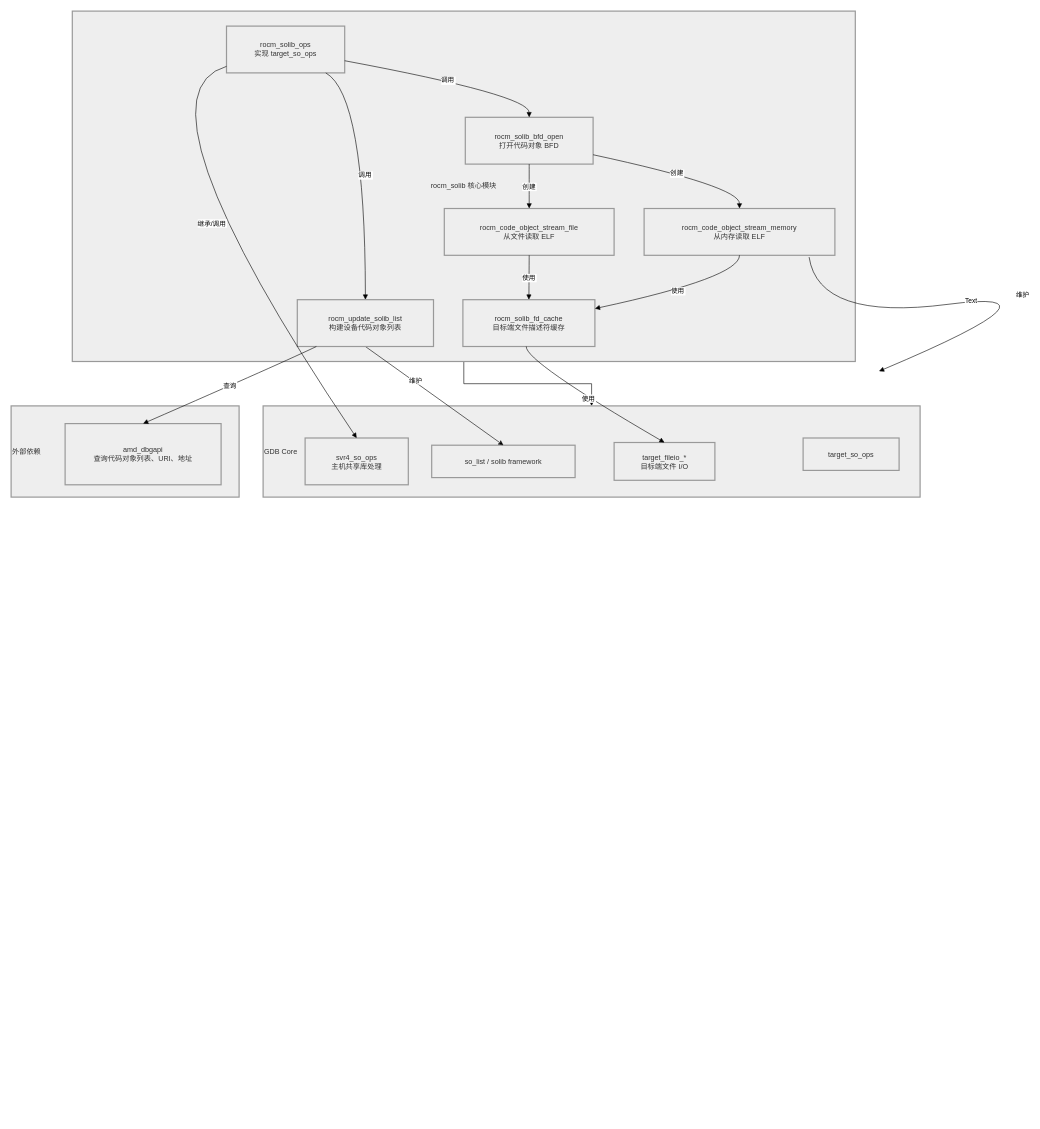
Earlier version of the draw.io diagram solib-rocm.drawio (HanxuLiu/drawio-files). Source tidied: cells renumbered, new cells numbered last; positions are measured from the earlier drawing's top-left corner, leaving out a move shared by most shapes. Both pictures are drawn from the tidied source at 60%, with x=0, y=0 at pixel (11, 11).
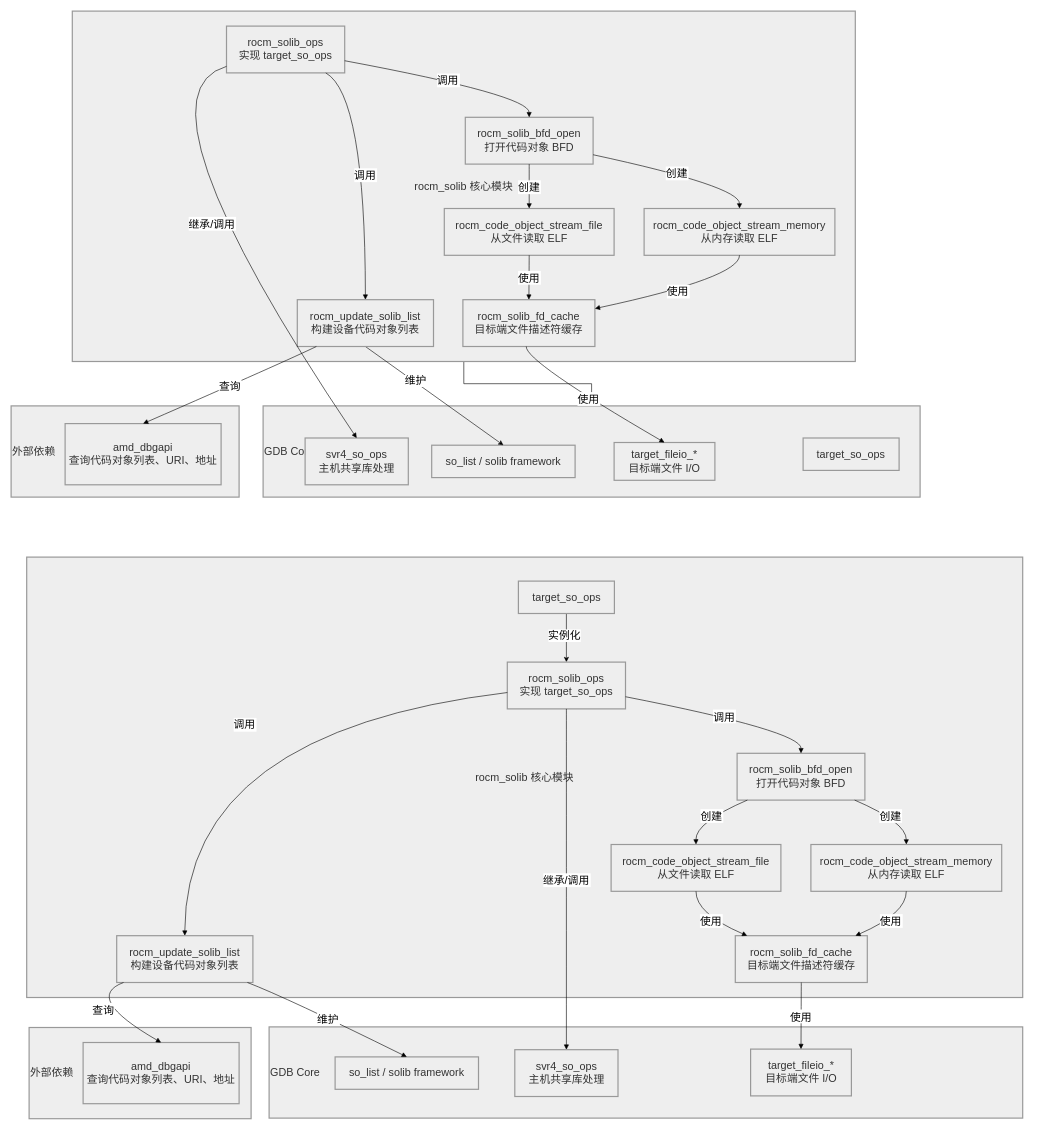
Above is the later version.

Change to the diagram source:
```diff
@@
-    <mxCell id="2" value="外部依赖" style="whiteSpace=wrap;strokeWidth=2;fillColor=light-dark(#eeeeee,#1f2020);strokeColor=light-dark(#999999,#cccccc);fontColor=light-dark(#333333,#cccccc);align=left;" parent="1" vertex="1">
+    <mxCell id="2" value="外部依赖" style="whiteSpace=wrap;strokeWidth=2;fillColor=light-dark(#eeeeee,#1f2020);strokeColor=light-dark(#999999,#cccccc);fontColor=light-dark(#333333,#cccccc);align=left;fontSize=18;" parent="1" vertex="1">
       <mxGeometry y="658" width="380" height="152" as="geometry" />
     </mxCell>
-    <mxCell id="3" style="edgeStyle=orthogonalEdgeStyle;rounded=0;jettySize=auto;html=1;" parent="1" edge="1" source="4" target="5">
+    <mxCell id="3" style="edgeStyle=orthogonalEdgeStyle;rounded=0;jettySize=auto;html=1;fontSize=18;" parent="1" edge="1" source="4" target="5">
       <mxGeometry relative="1" as="geometry" />
     </mxCell>
-    <mxCell id="4" value="rocm_solib 核心模块" style="whiteSpace=wrap;strokeWidth=2;fillColor=light-dark(#eeeeee,#1f2020);strokeColor=light-dark(#999999,#cccccc);fontColor=light-dark(#333333,#cccccc);" parent="1" vertex="1">
+    <mxCell id="4" value="rocm_solib 核心模块" style="whiteSpace=wrap;strokeWidth=2;fillColor=light-dark(#eeeeee,#1f2020);strokeColor=light-dark(#999999,#cccccc);fontColor=light-dark(#333333,#cccccc);fontSize=18;" parent="1" vertex="1">
       <mxGeometry x="102" width="1305" height="584" as="geometry" />
     </mxCell>
-    <mxCell id="5" value="GDB Core" style="whiteSpace=wrap;strokeWidth=2;fillColor=light-dark(#eeeeee,#1f2020);strokeColor=light-dark(#999999,#cccccc);fontColor=light-dark(#333333,#cccccc);align=left;" parent="1" vertex="1">
+    <mxCell id="5" value="GDB Core" style="whiteSpace=wrap;strokeWidth=2;fillColor=light-dark(#eeeeee,#1f2020);strokeColor=light-dark(#999999,#cccccc);fontColor=light-dark(#333333,#cccccc);align=left;fontSize=18;" parent="1" vertex="1">
       <mxGeometry x="420" y="658" width="1095" height="152" as="geometry" />
     </mxCell>
-    <mxCell id="6" value="so_list / solib framework" style="whiteSpace=wrap;strokeWidth=2;fillColor=light-dark(#eeeeee,#1f2020);strokeColor=light-dark(#999999,#cccccc);fontColor=light-dark(#333333,#cccccc);" parent="1" vertex="1">
+    <mxCell id="6" value="so_list / solib framework" style="whiteSpace=wrap;strokeWidth=2;fillColor=light-dark(#eeeeee,#1f2020);strokeColor=light-dark(#999999,#cccccc);fontColor=light-dark(#333333,#cccccc);fontSize=18;" parent="1" vertex="1">
       <mxGeometry x="701" y="723.5" width="239" height="54" as="geometry" />
     </mxCell>
-    <mxCell id="7" value="target_so_ops" style="whiteSpace=wrap;strokeWidth=2;fillColor=light-dark(#eeeeee,#1f2020);strokeColor=light-dark(#999999,#cccccc);fontColor=light-dark(#333333,#cccccc);" parent="1" vertex="1">
+    <mxCell id="7" value="target_so_ops" style="whiteSpace=wrap;strokeWidth=2;fillColor=light-dark(#eeeeee,#1f2020);strokeColor=light-dark(#999999,#cccccc);fontColor=light-dark(#333333,#cccccc);fontSize=18;" parent="1" vertex="1">
       <mxGeometry x="1320" y="711.5" width="160" height="54" as="geometry" />
     </mxCell>
-    <mxCell id="8" value="rocm_solib_ops&#10;实现 target_so_ops" style="whiteSpace=wrap;strokeWidth=2;fillColor=light-dark(#eeeeee,#1f2020);strokeColor=light-dark(#999999,#cccccc);fontColor=light-dark(#333333,#cccccc);" parent="1" vertex="1">
+    <mxCell id="8" value="rocm_solib_ops&#10;实现 target_so_ops" style="whiteSpace=wrap;strokeWidth=2;fillColor=light-dark(#eeeeee,#1f2020);strokeColor=light-dark(#999999,#cccccc);fontColor=light-dark(#333333,#cccccc);fontSize=18;" parent="1" vertex="1">
       <mxGeometry x="359" y="25" width="197" height="78" as="geometry" />
     </mxCell>
-    <mxCell id="9" style="rounded=0;jettySize=auto;html=1;exitX=0.5;exitY=1;exitDx=0;exitDy=0;entryX=0.5;entryY=0;entryDx=0;entryDy=0;" parent="1" edge="1" source="11" target="6">
+    <mxCell id="9" style="rounded=0;jettySize=auto;html=1;exitX=0.5;exitY=1;exitDx=0;exitDy=0;entryX=0.5;entryY=0;entryDx=0;entryDy=0;fontSize=18;" parent="1" edge="1" source="11" target="6">
       <mxGeometry relative="1" as="geometry" />
     </mxCell>
-    <mxCell id="10" value="维护" style="edgeLabel;html=1;align=center;verticalAlign=middle;" parent="9" vertex="1">
+    <mxCell id="10" value="维护" style="edgeLabel;html=1;align=center;verticalAlign=middle;fontSize=18;" parent="9" vertex="1">
       <mxGeometry x="-0.29" y="2" relative="1" as="geometry" />
     </mxCell>
-    <mxCell id="11" value="rocm_update_solib_list&#10;构建设备代码对象列表" style="whiteSpace=wrap;strokeWidth=2;fillColor=light-dark(#eeeeee,#1f2020);strokeColor=light-dark(#999999,#cccccc);fontColor=light-dark(#333333,#cccccc);" parent="1" vertex="1">
+    <mxCell id="11" value="rocm_update_solib_list&#10;构建设备代码对象列表" style="whiteSpace=wrap;strokeWidth=2;fillColor=light-dark(#eeeeee,#1f2020);strokeColor=light-dark(#999999,#cccccc);fontColor=light-dark(#333333,#cccccc);fontSize=18;" parent="1" vertex="1">
       <mxGeometry x="477" y="481" width="227" height="78" as="geometry" />
     </mxCell>
-    <mxCell id="12" value="rocm_solib_bfd_open&#10;打开代码对象 BFD" style="whiteSpace=wrap;strokeWidth=2;fillColor=light-dark(#eeeeee,#1f2020);strokeColor=light-dark(#999999,#cccccc);fontColor=light-dark(#333333,#cccccc);" parent="1" vertex="1">
+    <mxCell id="12" value="rocm_solib_bfd_open&#10;打开代码对象 BFD" style="whiteSpace=wrap;strokeWidth=2;fillColor=light-dark(#eeeeee,#1f2020);strokeColor=light-dark(#999999,#cccccc);fontColor=light-dark(#333333,#cccccc);fontSize=18;" parent="1" vertex="1">
       <mxGeometry x="757" y="177" width="213" height="78" as="geometry" />
     </mxCell>
-    <mxCell id="13" value="rocm_solib_fd_cache&#10;目标端文件描述符缓存" style="whiteSpace=wrap;strokeWidth=2;fillColor=light-dark(#eeeeee,#1f2020);strokeColor=light-dark(#999999,#cccccc);fontColor=light-dark(#333333,#cccccc);" parent="1" vertex="1">
+    <mxCell id="13" value="rocm_solib_fd_cache&#10;目标端文件描述符缓存" style="whiteSpace=wrap;strokeWidth=2;fillColor=light-dark(#eeeeee,#1f2020);strokeColor=light-dark(#999999,#cccccc);fontColor=light-dark(#333333,#cccccc);fontSize=18;" parent="1" vertex="1">
       <mxGeometry x="753" y="481" width="220" height="78" as="geometry" />
     </mxCell>
-    <mxCell id="14" value="rocm_code_object_stream_file&#10;从文件读取 ELF" style="whiteSpace=wrap;strokeWidth=2;fillColor=light-dark(#eeeeee,#1f2020);strokeColor=light-dark(#999999,#cccccc);fontColor=light-dark(#333333,#cccccc);" parent="1" vertex="1">
+    <mxCell id="14" value="rocm_code_object_stream_file&#10;从文件读取 ELF" style="whiteSpace=wrap;strokeWidth=2;fillColor=light-dark(#eeeeee,#1f2020);strokeColor=light-dark(#999999,#cccccc);fontColor=light-dark(#333333,#cccccc);fontSize=18;" parent="1" vertex="1">
       <mxGeometry x="722" y="329" width="283" height="78" as="geometry" />
     </mxCell>
-    <mxCell id="15" value="rocm_code_object_stream_memory&#10;从内存读取 ELF" style="whiteSpace=wrap;strokeWidth=2;fillColor=light-dark(#eeeeee,#1f2020);strokeColor=light-dark(#999999,#cccccc);fontColor=light-dark(#333333,#cccccc);" parent="1" vertex="1">
+    <mxCell id="15" value="rocm_code_object_stream_memory&#10;从内存读取 ELF" style="whiteSpace=wrap;strokeWidth=2;fillColor=light-dark(#eeeeee,#1f2020);strokeColor=light-dark(#999999,#cccccc);fontColor=light-dark(#333333,#cccccc);fontSize=18;" parent="1" vertex="1">
       <mxGeometry x="1055" y="329" width="318" height="78" as="geometry" />
     </mxCell>
-    <mxCell id="16" value="svr4_so_ops&#10;主机共享库处理" style="whiteSpace=wrap;strokeWidth=2;fillColor=light-dark(#eeeeee,#1f2020);strokeColor=light-dark(#999999,#cccccc);fontColor=light-dark(#333333,#cccccc);" parent="1" vertex="1">
+    <mxCell id="16" value="svr4_so_ops&#10;主机共享库处理" style="whiteSpace=wrap;strokeWidth=2;fillColor=light-dark(#eeeeee,#1f2020);strokeColor=light-dark(#999999,#cccccc);fontColor=light-dark(#333333,#cccccc);fontSize=18;" parent="1" vertex="1">
       <mxGeometry x="490" y="711.5" width="172" height="78" as="geometry" />
     </mxCell>
-    <mxCell id="17" value="amd_dbgapi&#10;查询代码对象列表、URI、地址" style="whiteSpace=wrap;strokeWidth=2;fillColor=light-dark(#eeeeee,#1f2020);strokeColor=light-dark(#999999,#cccccc);fontColor=light-dark(#333333,#cccccc);" parent="1" vertex="1">
+    <mxCell id="17" value="amd_dbgapi&#10;查询代码对象列表、URI、地址" style="whiteSpace=wrap;strokeWidth=2;fillColor=light-dark(#eeeeee,#1f2020);strokeColor=light-dark(#999999,#cccccc);fontColor=light-dark(#333333,#cccccc);fontSize=18;" parent="1" vertex="1">
       <mxGeometry x="90" y="687.5" width="260" height="102" as="geometry" />
     </mxCell>
-    <mxCell id="18" value="target_fileio_*&#10;目标端文件 I/O" style="whiteSpace=wrap;strokeWidth=2;fillColor=light-dark(#eeeeee,#1f2020);strokeColor=light-dark(#999999,#cccccc);fontColor=light-dark(#333333,#cccccc);" parent="1" vertex="1">
+    <mxCell id="18" value="target_fileio_*&#10;目标端文件 I/O" style="whiteSpace=wrap;strokeWidth=2;fillColor=light-dark(#eeeeee,#1f2020);strokeColor=light-dark(#999999,#cccccc);fontColor=light-dark(#333333,#cccccc);fontSize=18;" parent="1" vertex="1">
       <mxGeometry x="1005" y="719" width="168" height="63" as="geometry" />
     </mxCell>
-    <mxCell id="19" value="调用" style="curved=1;startArrow=none;endArrow=block;exitX=0.84;exitY=1;entryX=0.5;entryY=0;rounded=0;" parent="1" edge="1" source="8" target="11">
+    <mxCell id="19" value="调用" style="curved=1;startArrow=none;endArrow=block;exitX=0.84;exitY=1;entryX=0.5;entryY=0;rounded=0;fontSize=18;" parent="1" edge="1" source="8" target="11">
       <mxGeometry relative="1" as="geometry">
         <Array as="points">
           <mxPoint x="590" y="140" />
         </Array>
       </mxGeometry>
     </mxCell>
-    <mxCell id="20" value="调用" style="curved=1;startArrow=none;endArrow=block;exitX=1;exitY=0.74;entryX=0.5;entryY=0;rounded=0;" parent="1" edge="1" source="8" target="12">
+    <mxCell id="20" value="调用" style="curved=1;startArrow=none;endArrow=block;exitX=1;exitY=0.74;entryX=0.5;entryY=0;rounded=0;fontSize=18;" parent="1" edge="1" source="8" target="12">
       <mxGeometry relative="1" as="geometry">
         <Array as="points">
           <mxPoint x="863" y="140" />
         </Array>
       </mxGeometry>
     </mxCell>
-    <mxCell id="21" value="继承/调用" style="curved=1;startArrow=none;endArrow=block;exitX=0;exitY=0.86;entryX=0.5;entryY=0;rounded=0;" parent="1" edge="1" source="8" target="16">
+    <mxCell id="21" value="继承/调用" style="curved=1;startArrow=none;endArrow=block;exitX=0;exitY=0.86;entryX=0.5;entryY=0;rounded=0;fontSize=18;" parent="1" edge="1" source="8" target="16">
       <mxGeometry relative="1" as="geometry">
         <Array as="points">
           <mxPoint x="191" y="140" />
         </Array>
       </mxGeometry>
     </mxCell>
-    <mxCell id="22" value="查询" style="curved=1;startArrow=none;endArrow=block;exitX=0.14;exitY=1;entryX=0.5;entryY=0;rounded=0;" parent="1" edge="1" source="11" target="17">
+    <mxCell id="22" value="查询" style="curved=1;startArrow=none;endArrow=block;exitX=0.14;exitY=1;entryX=0.5;entryY=0;rounded=0;fontSize=18;" parent="1" edge="1" source="11" target="17">
       <mxGeometry relative="1" as="geometry">
         <Array as="points">
           <mxPoint x="457" y="584" />
         </Array>
       </mxGeometry>
     </mxCell>
-    <mxCell id="23" value="维护" style="curved=1;startArrow=none;endArrow=block;exitX=1;exitY=0.67;entryX=0.5;entryY=0;rounded=0;strokeColor=default;startFill=0;" parent="1" edge="1">
-      <mxGeometry relative="1" as="geometry">
-        <mxPoint x="1330" y="410" as="sourcePoint" />
-        <mxPoint x="1446.5" y="600.2" as="targetPoint" />
-        <Array as="points">
-          <mxPoint x="1346" y="516.7" />
-          <mxPoint x="1777" y="460.7" />
-        </Array>
-      </mxGeometry>
-    </mxCell>
-    <mxCell id="24" value="Text" style="edgeLabel;html=1;align=center;verticalAlign=middle;" parent="23" vertex="1">
-      <mxGeometry x="-0.19" y="1" relative="1" as="geometry">
-        <mxPoint x="-1" as="offset" />
-      </mxGeometry>
-    </mxCell>
-    <mxCell id="25" value="创建" style="curved=1;startArrow=none;endArrow=block;exitX=0.5;exitY=1;entryX=0.5;entryY=0;rounded=0;" parent="1" edge="1" source="12" target="14">
+    <mxCell id="25" value="创建" style="curved=1;startArrow=none;endArrow=block;exitX=0.5;exitY=1;entryX=0.5;entryY=0;rounded=0;fontSize=18;" parent="1" edge="1" source="12" target="14">
       <mxGeometry relative="1" as="geometry" />
     </mxCell>
-    <mxCell id="26" value="创建" style="curved=1;startArrow=none;endArrow=block;exitX=1;exitY=0.8;entryX=0.5;entryY=0;rounded=0;" parent="1" edge="1" source="12" target="15">
+    <mxCell id="26" value="创建" style="curved=1;startArrow=none;endArrow=block;exitX=1;exitY=0.8;entryX=0.5;entryY=0;rounded=0;fontSize=18;" parent="1" edge="1" source="12" target="15">
       <mxGeometry relative="1" as="geometry">
         <Array as="points">
           <mxPoint x="1214" y="292" />
         </Array>
       </mxGeometry>
     </mxCell>
-    <mxCell id="27" value="使用" style="curved=1;startArrow=none;endArrow=block;exitX=0.5;exitY=1;entryX=0.5;entryY=0;rounded=0;" parent="1" edge="1" source="14" target="13">
+    <mxCell id="27" value="使用" style="curved=1;startArrow=none;endArrow=block;exitX=0.5;exitY=1;entryX=0.5;entryY=0;rounded=0;fontSize=18;" parent="1" edge="1" source="14" target="13">
       <mxGeometry relative="1" as="geometry" />
     </mxCell>
-    <mxCell id="28" value="使用" style="curved=1;startArrow=none;endArrow=block;exitX=0.5;exitY=1;entryX=1;entryY=0.19;rounded=0;" parent="1" edge="1" source="15" target="13">
+    <mxCell id="28" value="使用" style="curved=1;startArrow=none;endArrow=block;exitX=0.5;exitY=1;entryX=1;entryY=0.19;rounded=0;fontSize=18;" parent="1" edge="1" source="15" target="13">
       <mxGeometry relative="1" as="geometry">
         <Array as="points">
           <mxPoint x="1214" y="444" />
         </Array>
       </mxGeometry>
     </mxCell>
-    <mxCell id="29" value="使用" style="curved=1;startArrow=none;endArrow=block;exitX=0.48;exitY=1;entryX=0.5;entryY=0;rounded=0;" parent="1" edge="1" source="13" target="18">
+    <mxCell id="29" value="使用" style="curved=1;startArrow=none;endArrow=block;exitX=0.48;exitY=1;entryX=0.5;entryY=0;rounded=0;fontSize=18;" parent="1" edge="1" source="13" target="18">
       <mxGeometry relative="1" as="geometry">
         <Array as="points">
           <mxPoint x="857" y="584" />
         </Array>
       </mxGeometry>
     </mxCell>
+    <mxCell id="30" value="外部依赖" style="whiteSpace=wrap;strokeWidth=2;fillColor=light-dark(#eeeeee,#1f2020);strokeColor=light-dark(#999999,#cccccc);fontColor=light-dark(#333333,#cccccc);align=left;fontSize=18;" parent="1" vertex="1">
+      <mxGeometry x="30" y="1694" width="370" height="152" as="geometry" />
+    </mxCell>
+    <mxCell id="31" value="rocm_solib 核心模块" style="whiteSpace=wrap;strokeWidth=2;fillColor=light-dark(#eeeeee,#1f2020);strokeColor=light-dark(#999999,#cccccc);fontColor=light-dark(#333333,#cccccc);fontSize=18;" parent="1" vertex="1">
+      <mxGeometry x="26" y="910" width="1660" height="734" as="geometry" />
+    </mxCell>
+    <mxCell id="32" value="GDB Core" style="whiteSpace=wrap;strokeWidth=2;fillColor=light-dark(#eeeeee,#1f2020);strokeColor=light-dark(#999999,#cccccc);fontColor=light-dark(#333333,#cccccc);align=left;fontSize=18;" parent="1" vertex="1">
+      <mxGeometry x="430" y="1693" width="1256" height="152" as="geometry" />
+    </mxCell>
+    <mxCell id="33" value="so_list / solib framework" style="whiteSpace=wrap;strokeWidth=2;fillColor=light-dark(#eeeeee,#1f2020);strokeColor=light-dark(#999999,#cccccc);fontColor=light-dark(#333333,#cccccc);fontSize=18;" parent="1" vertex="1">
+      <mxGeometry x="540" y="1743" width="239" height="54" as="geometry" />
+    </mxCell>
+    <mxCell id="34" style="edgeStyle=orthogonalEdgeStyle;rounded=0;jettySize=auto;html=1;exitX=0.5;exitY=1;exitDx=0;exitDy=0;entryX=0.5;entryY=0;entryDx=0;entryDy=0;fontSize=18;" parent="1" edge="1" source="36" target="39">
+      <mxGeometry relative="1" as="geometry" />
+    </mxCell>
+    <mxCell id="35" value="实例化" style="edgeLabel;html=1;align=center;verticalAlign=middle;fontSize=18;" parent="34" vertex="1">
+      <mxGeometry x="-0.11" y="-4" relative="1" as="geometry" />
+    </mxCell>
+    <mxCell id="36" value="target_so_ops" style="whiteSpace=wrap;strokeWidth=2;fillColor=light-dark(#eeeeee,#1f2020);strokeColor=light-dark(#999999,#cccccc);fontColor=light-dark(#333333,#cccccc);fontSize=18;" parent="1" vertex="1">
+      <mxGeometry x="845.5" y="950" width="160" height="54" as="geometry" />
+    </mxCell>
+    <mxCell id="37" value="svr4_so_ops&#10;主机共享库处理" style="whiteSpace=wrap;strokeWidth=2;fillColor=light-dark(#eeeeee,#1f2020);strokeColor=light-dark(#999999,#cccccc);fontColor=light-dark(#333333,#cccccc);fontSize=18;" parent="1" vertex="1">
+      <mxGeometry x="839.5" y="1731" width="172" height="78" as="geometry" />
+    </mxCell>
+    <mxCell id="38" value="target_fileio_*&#10;目标端文件 I/O" style="whiteSpace=wrap;strokeWidth=2;fillColor=light-dark(#eeeeee,#1f2020);strokeColor=light-dark(#999999,#cccccc);fontColor=light-dark(#333333,#cccccc);fontSize=18;" parent="1" vertex="1">
+      <mxGeometry x="1232.5" y="1730" width="168" height="78" as="geometry" />
+    </mxCell>
+    <mxCell id="39" value="rocm_solib_ops&#10;实现 target_so_ops" style="whiteSpace=wrap;strokeWidth=2;fillColor=light-dark(#eeeeee,#1f2020);strokeColor=light-dark(#999999,#cccccc);fontColor=light-dark(#333333,#cccccc);fontSize=18;" parent="1" vertex="1">
+      <mxGeometry x="827" y="1085" width="197" height="78" as="geometry" />
+    </mxCell>
+    <mxCell id="40" value="rocm_update_solib_list&#10;构建设备代码对象列表" style="whiteSpace=wrap;strokeWidth=2;fillColor=light-dark(#eeeeee,#1f2020);strokeColor=light-dark(#999999,#cccccc);fontColor=light-dark(#333333,#cccccc);fontSize=18;" parent="1" vertex="1">
+      <mxGeometry x="176" y="1541" width="227" height="78" as="geometry" />
+    </mxCell>
+    <mxCell id="41" value="rocm_solib_bfd_open&#10;打开代码对象 BFD" style="whiteSpace=wrap;strokeWidth=2;fillColor=light-dark(#eeeeee,#1f2020);strokeColor=light-dark(#999999,#cccccc);fontColor=light-dark(#333333,#cccccc);fontSize=18;" parent="1" vertex="1">
+      <mxGeometry x="1210" y="1237" width="213" height="78" as="geometry" />
+    </mxCell>
+    <mxCell id="42" value="rocm_solib_fd_cache&#10;目标端文件描述符缓存" style="whiteSpace=wrap;strokeWidth=2;fillColor=light-dark(#eeeeee,#1f2020);strokeColor=light-dark(#999999,#cccccc);fontColor=light-dark(#333333,#cccccc);fontSize=18;" parent="1" vertex="1">
+      <mxGeometry x="1207" y="1541" width="220" height="78" as="geometry" />
+    </mxCell>
+    <mxCell id="43" value="rocm_code_object_stream_file&#10;从文件读取 ELF" style="whiteSpace=wrap;strokeWidth=2;fillColor=light-dark(#eeeeee,#1f2020);strokeColor=light-dark(#999999,#cccccc);fontColor=light-dark(#333333,#cccccc);fontSize=18;" parent="1" vertex="1">
+      <mxGeometry x="1000" y="1389" width="283" height="78" as="geometry" />
+    </mxCell>
+    <mxCell id="44" value="rocm_code_object_stream_memory&#10;从内存读取 ELF" style="whiteSpace=wrap;strokeWidth=2;fillColor=light-dark(#eeeeee,#1f2020);strokeColor=light-dark(#999999,#cccccc);fontColor=light-dark(#333333,#cccccc);fontSize=18;" parent="1" vertex="1">
+      <mxGeometry x="1333" y="1389" width="318" height="78" as="geometry" />
+    </mxCell>
+    <mxCell id="45" value="amd_dbgapi&#10;查询代码对象列表、URI、地址" style="whiteSpace=wrap;strokeWidth=2;fillColor=light-dark(#eeeeee,#1f2020);strokeColor=light-dark(#999999,#cccccc);fontColor=light-dark(#333333,#cccccc);fontSize=18;" parent="1" vertex="1">
+      <mxGeometry x="120" y="1719" width="260" height="102" as="geometry" />
+    </mxCell>
+    <mxCell id="46" value="调用" style="curved=1;startArrow=none;endArrow=block;exitX=0;exitY=0.65;entryX=0.5;entryY=0;rounded=0;fontSize=18;" parent="1" edge="1" source="39" target="40">
+      <mxGeometry relative="1" as="geometry">
+        <Array as="points">
+          <mxPoint x="290" y="1200" />
+        </Array>
+      </mxGeometry>
+    </mxCell>
+    <mxCell id="47" value="调用" style="curved=1;startArrow=none;endArrow=block;exitX=1;exitY=0.74;entryX=0.5;entryY=0;rounded=0;fontSize=18;" parent="1" edge="1" source="39" target="41">
+      <mxGeometry relative="1" as="geometry">
+        <Array as="points">
+          <mxPoint x="1317" y="1200" />
+        </Array>
+      </mxGeometry>
+    </mxCell>
+    <mxCell id="48" value="继承/调用" style="curved=1;startArrow=none;endArrow=block;exitX=0.5;exitY=1;entryX=0.5;entryY=0;rounded=0;fontSize=18;" parent="1" edge="1" source="39" target="37">
+      <mxGeometry relative="1" as="geometry" />
+    </mxCell>
+    <mxCell id="49" value="查询" style="curved=1;startArrow=none;endArrow=block;exitX=0.05;exitY=1;entryX=0.5;entryY=0;rounded=0;fontSize=18;" parent="1" edge="1" source="40" target="45">
+      <mxGeometry relative="1" as="geometry">
+        <Array as="points">
+          <mxPoint x="120" y="1644" />
+        </Array>
+      </mxGeometry>
+    </mxCell>
+    <mxCell id="23" value="维护" style="curved=1;startArrow=none;endArrow=block;exitX=0.96;exitY=1;entryX=0.5;entryY=0;rounded=0;fontSize=18;" parent="1" edge="1" source="40" target="33">
+      <mxGeometry relative="1" as="geometry">
+        <Array as="points">
+          <mxPoint x="459" y="1644" />
+        </Array>
+      </mxGeometry>
+    </mxCell>
+    <mxCell id="50" value="创建" style="curved=1;startArrow=none;endArrow=block;exitX=0.08;exitY=1;entryX=0.5;entryY=0;rounded=0;fontSize=18;" parent="1" edge="1" source="41" target="43">
+      <mxGeometry relative="1" as="geometry">
+        <Array as="points">
+          <mxPoint x="1141" y="1352" />
+        </Array>
+      </mxGeometry>
+    </mxCell>
+    <mxCell id="51" value="创建" style="curved=1;startArrow=none;endArrow=block;exitX=0.92;exitY=1;entryX=0.5;entryY=0;rounded=0;fontSize=18;" parent="1" edge="1" source="41" target="44">
+      <mxGeometry relative="1" as="geometry">
+        <Array as="points">
+          <mxPoint x="1492" y="1352" />
+        </Array>
+      </mxGeometry>
+    </mxCell>
+    <mxCell id="52" value="使用" style="curved=1;startArrow=none;endArrow=block;exitX=0.5;exitY=1;entryX=0.09;entryY=0;rounded=0;fontSize=18;" parent="1" edge="1" source="43" target="42">
+      <mxGeometry relative="1" as="geometry">
+        <Array as="points">
+          <mxPoint x="1141" y="1504" />
+        </Array>
+      </mxGeometry>
+    </mxCell>
+    <mxCell id="53" value="使用" style="curved=1;startArrow=none;endArrow=block;exitX=0.5;exitY=1;entryX=0.91;entryY=0;rounded=0;fontSize=18;" parent="1" edge="1" source="44" target="42">
+      <mxGeometry relative="1" as="geometry">
+        <Array as="points">
+          <mxPoint x="1492" y="1504" />
+        </Array>
+      </mxGeometry>
+    </mxCell>
+    <mxCell id="54" value="使用" style="curved=1;startArrow=none;endArrow=block;exitX=0.5;exitY=1;entryX=0.5;entryY=0;rounded=0;fontSize=18;" parent="1" edge="1" source="42" target="38">
+      <mxGeometry relative="1" as="geometry" />
+    </mxCell>
```
